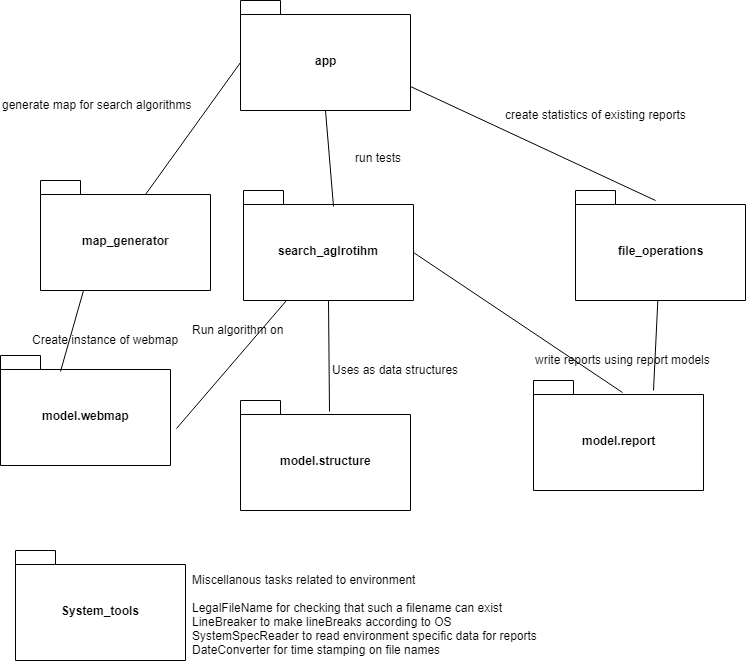
Before: doc/app_structure.png, a diagram exported from draw.io (kapistelijaKrisu/a-stars-in-map). Source tidied: cells renumbered, new cells last; positions are measured from the earlier drawing's top-left corner, leaving out a move shared by most shapes.
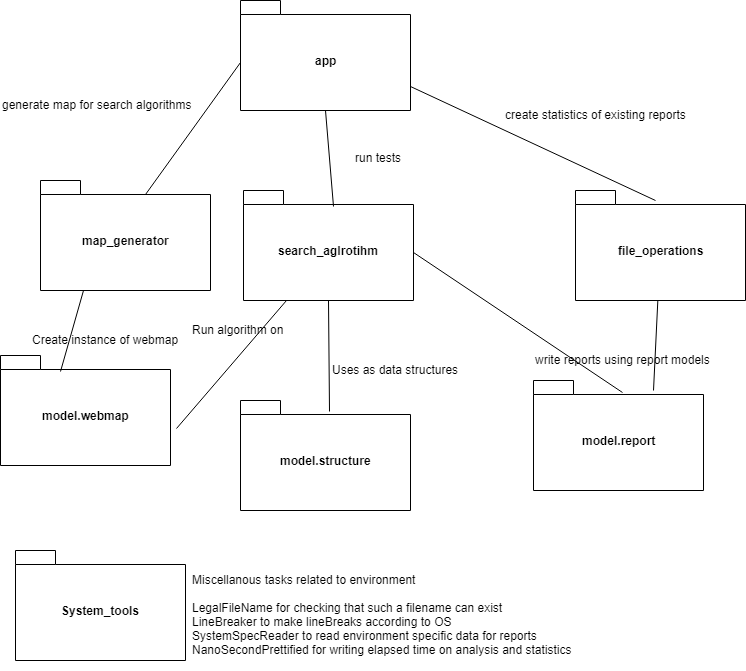
The same diagram one commit later.

Commit message:
clarification on pic

The edit, as a diff of the source:
```diff
@@ -71,8 +71,8 @@
     <mxCell id="24" value="System_tools" style="shape=folder;fontStyle=1;spacingTop=10;tabWidth=40;tabHeight=14;tabPosition=left;html=1;" parent="1" vertex="1">
       <mxGeometry x="15" y="550" width="170" height="110" as="geometry" />
     </mxCell>
-    <mxCell id="25" value="Miscellanous tasks related to environment&lt;br&gt;&lt;br&gt;LegalFileName for checking that such a filename can exist&lt;br&gt;LineBreaker to make lineBreaks according to OS&lt;br&gt;SystemSpecReader to read environment specific data for reports&lt;br&gt;DateConverter for time stamping on file names&lt;br&gt;" style="text;html=1;align=left;verticalAlign=top;spacingTop=-4;" parent="1" vertex="1">
-      <mxGeometry x="190" y="570" width="360" height="90" as="geometry" />
+    <mxCell id="25" value="Miscellanous tasks related to environment&lt;br&gt;&lt;br&gt;LegalFileName for checking that such a filename can exist&lt;br&gt;LineBreaker to make lineBreaks according to OS&lt;br&gt;SystemSpecReader to read environment specific data for reports&lt;br&gt;NanoSecondPrettified for writing elapsed time on analysis and statistics&lt;br&gt;&lt;br&gt;" style="text;html=1;align=left;verticalAlign=top;spacingTop=-4;" parent="1" vertex="1">
+      <mxGeometry x="190" y="570" width="400" height="100" as="geometry" />
     </mxCell>
   </root>
 </mxGraphModel>
```
